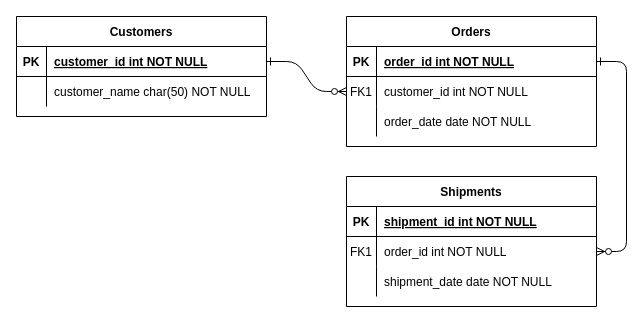
Earlier version of the draw.io diagram Untitled Diagram.drawio (baljindersinghmaan/floating-window). Source tidied: cells renumbered, new cells numbered last; positions are measured from the earlier drawing's top-left corner, leaving out a move shared by most shapes. Both pictures are drawn from the tidied source at 100%, with x=0, y=0 at pixel (16, 16).
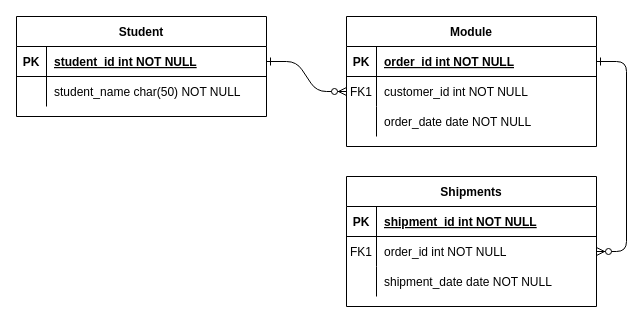
The same diagram, later.

The change refers to these unchanged cells:
```xml
<mxCell id="25" style="shape=partialRectangle;fillColor=none;points=[[0,0.5],[1,0.5]];portConstraint=eastwest;top=0;left=0;right=0;bottom=1;" parent="24" vertex="1">
  <mxGeometry y="30" width="250" height="30" as="geometry" />
</mxCell>
<mxCell id="28" style="shape=partialRectangle;fillColor=none;top=0;left=0;right=0;bottom=0;" parent="24" vertex="1">
  <mxGeometry y="60" width="250" height="30" as="geometry" />
</mxCell>
```

Diff of the diagram source:
```diff
@@
-    <mxCell id="4" value="Orders" style="shape=table;startSize=30;childLayout=tableLayout;rowLines=0;fontStyle=1;align=center;" parent="1" vertex="1">
+    <mxCell id="4" value="Module" style="shape=table;startSize=30;childLayout=tableLayout;rowLines=0;fontStyle=1;align=center;" parent="1" vertex="1">
       <mxGeometry x="330" width="250" height="130" as="geometry" />
     </mxCell>
@@
-    <mxCell id="24" value="Customers" style="shape=table;startSize=30;childLayout=tableLayout;rowLines=0;fontStyle=1;align=center;" parent="1" vertex="1">
+    <mxCell id="24" value="Student" style="shape=table;startSize=30;childLayout=tableLayout;rowLines=0;fontStyle=1;align=center;" parent="1" vertex="1">
       <mxGeometry width="250" height="100" as="geometry" />
     </mxCell>
@@
-    <mxCell id="27" value="customer_id int NOT NULL " style="shape=partialRectangle;overflow=hidden;fillColor=none;top=0;left=0;bottom=0;right=0;align=left;spacingLeft=6;fontStyle=5;" parent="25" vertex="1">
+    <mxCell id="27" value="student_id int NOT NULL " style="shape=partialRectangle;overflow=hidden;fillColor=none;top=0;left=0;bottom=0;right=0;align=left;spacingLeft=6;fontStyle=5;" parent="25" vertex="1">
       <mxGeometry x="30" width="220" height="30" as="geometry" />
     </mxCell>
@@
-    <mxCell id="30" value="customer_name char(50) NOT NULL" style="shape=partialRectangle;overflow=hidden;fillColor=none;top=0;left=0;bottom=0;right=0;align=left;spacingLeft=6;" parent="28" vertex="1">
+    <mxCell id="30" value="student_name char(50) NOT NULL" style="shape=partialRectangle;overflow=hidden;fillColor=none;top=0;left=0;bottom=0;right=0;align=left;spacingLeft=6;" parent="28" vertex="1">
       <mxGeometry x="30" width="220" height="30" as="geometry" />
     </mxCell>
```
